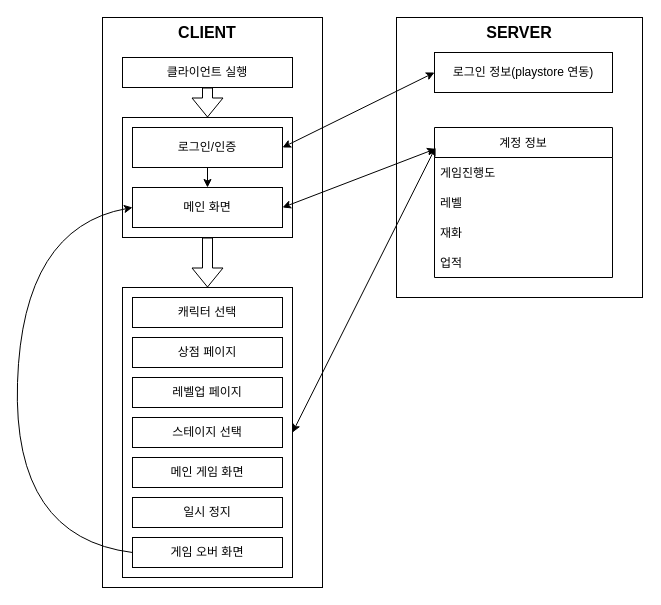
The draw.io diagram PrimitiveSurvival_전체구성도.drawio in charles6919/PrimitiveSurvival, before the edit. Source tidied: cells renumbered, new cells numbered last; positions are measured from the earlier drawing's top-left corner, leaving out a move shared by most shapes. Both pictures are drawn from the tidied source at 100%, with x=0, y=0 at pixel (12, 17).
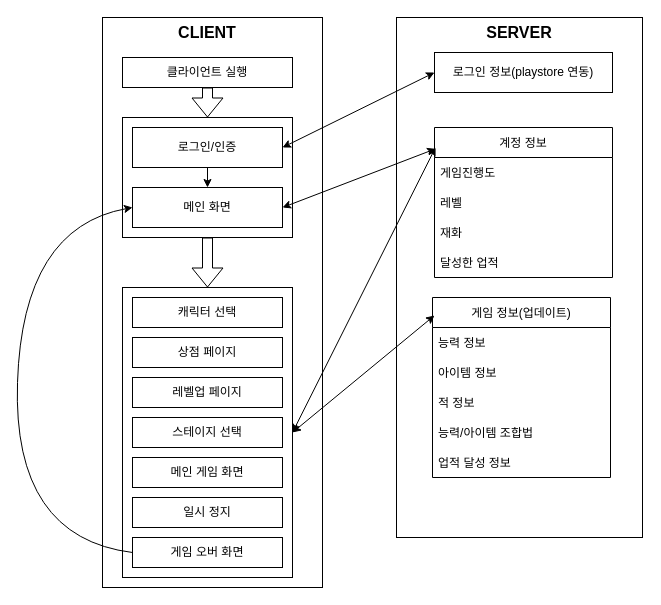
The same page after the edit.

Commit message (it also covers changes not shown here):
PrimitiveSurvival_전체구성도.drawio 업데이트

Unchanged cells that the change refers to:
```xml
<mxCell id="16" style="rounded=0;whiteSpace=wrap;html=1;" parent="1" vertex="1">
  <mxGeometry x="110" y="270" width="170" height="290" as="geometry" />
</mxCell>
<mxCell id="18" value="계정 정보" style="swimlane;fontStyle=0;horizontal=1;startSize=30;fontSize=12;" parent="1" vertex="1">
  <mxGeometry x="422" y="110" width="178" height="150" as="geometry" />
</mxCell>
```

Diff of the diagram source:
```diff
@@
     <mxCell id="10" style="rounded=0;whiteSpace=wrap;html=1;fontSize=16;" parent="1" vertex="1">
-      <mxGeometry x="384" width="246" height="280" as="geometry" />
+      <mxGeometry x="384" width="246" height="520" as="geometry" />
     </mxCell>
@@
-    <mxCell id="22" value="업적" style="text;strokeColor=none;fillColor=none;align=left;verticalAlign=middle;spacingLeft=4;spacingRight=4;overflow=hidden;fontSize=12;" parent="18" vertex="1">
+    <mxCell id="22" value="달성한 업적" style="text;strokeColor=none;fillColor=none;align=left;verticalAlign=middle;spacingLeft=4;spacingRight=4;overflow=hidden;fontSize=12;" parent="18" vertex="1">
       <mxGeometry y="120" width="178" height="30" as="geometry" />
     </mxCell>
@@
+    <mxCell id="31" value="게임 정보(업데이트)" style="swimlane;fontStyle=0;horizontal=1;startSize=30;fontSize=12;" parent="1" vertex="1">
+      <mxGeometry x="420" y="280" width="178" height="180" as="geometry" />
+    </mxCell>
+    <mxCell id="32" value="능력 정보" style="text;strokeColor=none;fillColor=none;align=left;verticalAlign=middle;spacingLeft=4;spacingRight=4;overflow=hidden;fontSize=12;" parent="31" vertex="1">
+      <mxGeometry y="30" width="178" height="30" as="geometry" />
+    </mxCell>
+    <mxCell id="33" value="아이템 정보" style="text;strokeColor=none;fillColor=none;align=left;verticalAlign=middle;spacingLeft=4;spacingRight=4;overflow=hidden;fontSize=12;" parent="31" vertex="1">
+      <mxGeometry y="60" width="178" height="30" as="geometry" />
+    </mxCell>
+    <mxCell id="34" value="적 정보" style="text;strokeColor=none;fillColor=none;align=left;verticalAlign=middle;spacingLeft=4;spacingRight=4;overflow=hidden;fontSize=12;" parent="31" vertex="1">
+      <mxGeometry y="90" width="178" height="30" as="geometry" />
+    </mxCell>
+    <mxCell id="35" value="능력/아이템 조합법" style="text;strokeColor=none;fillColor=none;align=left;verticalAlign=middle;spacingLeft=4;spacingRight=4;overflow=hidden;fontSize=12;" parent="31" vertex="1">
+      <mxGeometry y="120" width="178" height="30" as="geometry" />
+    </mxCell>
+    <mxCell id="36" value="업적 달성 정보" style="text;strokeColor=none;fillColor=none;align=left;verticalAlign=middle;spacingLeft=4;spacingRight=4;overflow=hidden;fontSize=12;" parent="31" vertex="1">
+      <mxGeometry y="150" width="178" height="30" as="geometry" />
+    </mxCell>
+    <mxCell id="37" style="endArrow=classic;startArrow=classic;html=1;rounded=0;fontSize=12;exitX=1;exitY=0.5;exitDx=0;exitDy=0;entryX=0.011;entryY=0.1;entryDx=0;entryDy=0;entryPerimeter=0;" parent="1" edge="1" source="16" target="31">
+      <mxGeometry relative="1" as="geometry" />
+    </mxCell>
```
